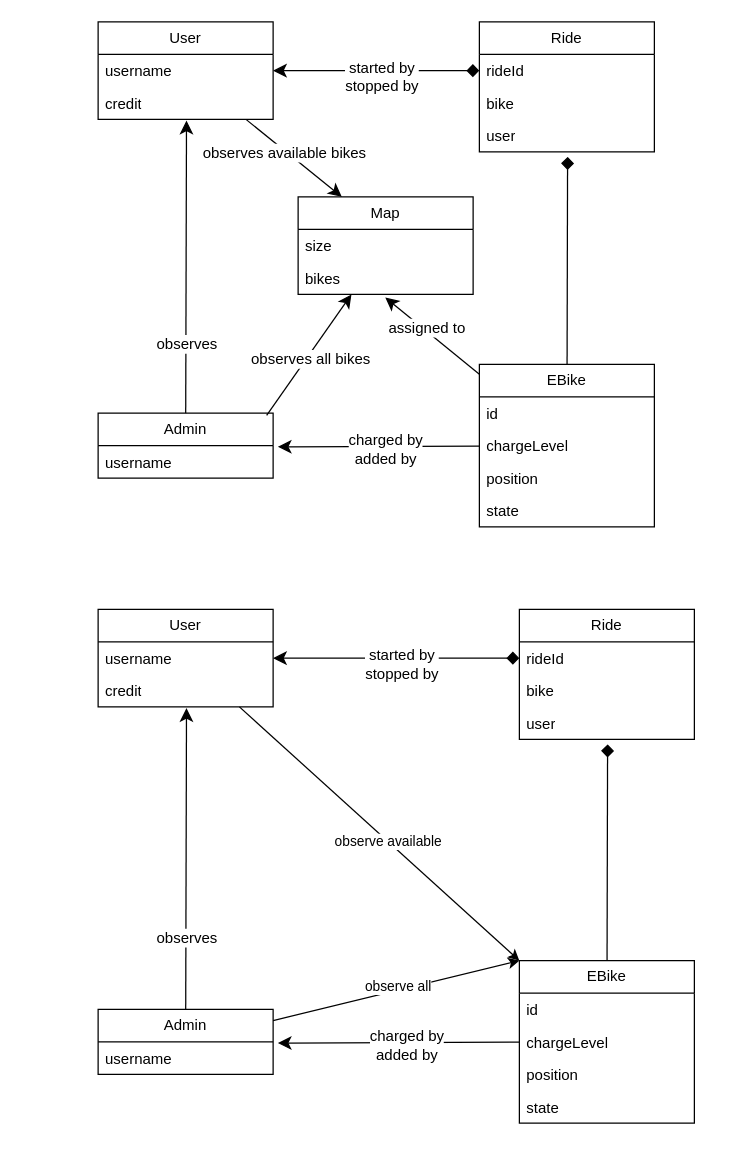
stormtroober/microservices-ebikes keeps this draw.io diagram as doc/Domain_Model.drawio. Above is the earlier version. Source tidied: cells renumbered, new cells numbered last; positions are measured from the earlier drawing's top-left corner, leaving out a move shared by most shapes. Both pictures are drawn from the tidied source at 125%, with x=0, y=0 at pixel (98, 21).
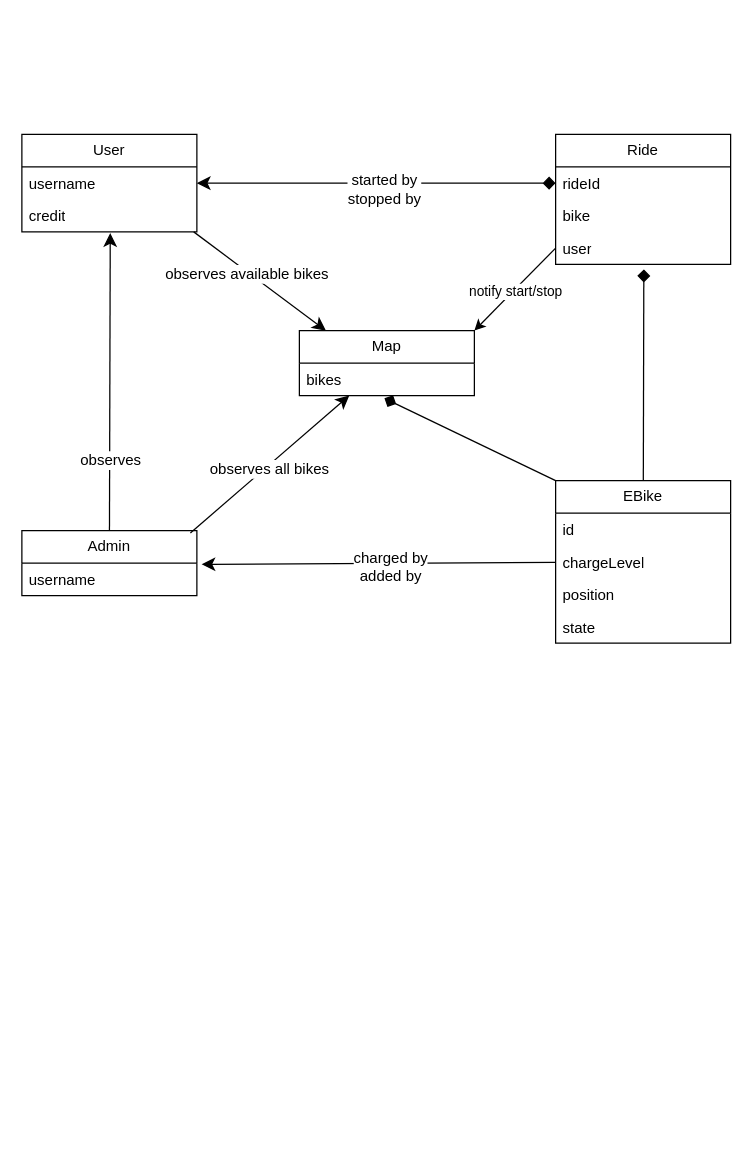
The same page after the edit.

The change refers to these unchanged cells:
```xml
<mxCell id="8" value="credit" style="text;strokeColor=none;fillColor=none;align=left;verticalAlign=top;spacingLeft=4;spacingRight=4;overflow=hidden;points=[[0,0.5],[1,0.5]];portConstraint=eastwest;whiteSpace=wrap;html=1;" parent="6" vertex="1">
  <mxGeometry y="52" width="140" height="26" as="geometry" />
</mxCell>
<mxCell id="19" value="user&lt;div&gt;&lt;br&gt;&lt;/div&gt;" style="text;strokeColor=none;fillColor=none;align=left;verticalAlign=top;spacingLeft=4;spacingRight=4;overflow=hidden;points=[[0,0.5],[1,0.5]];portConstraint=eastwest;whiteSpace=wrap;html=1;" parent="16" vertex="1">
  <mxGeometry y="78" width="140" height="26" as="geometry" />
</mxCell>
```

Diff of the diagram source:
```diff
@@
-    <mxCell id="4" style="edgeStyle=none;curved=1;rounded=0;jettySize=auto;html=1;entryX=0.25;entryY=0;entryDx=0;entryDy=0;fontSize=12;startSize=8;endSize=8;" parent="1" edge="1" source="6" target="20">
-      <mxGeometry relative="1" as="geometry" />
+    <mxCell id="4" style="edgeStyle=none;curved=1;rounded=0;jettySize=auto;html=1;entryX=0.25;entryY=0;entryDx=0;entryDy=0;fontSize=12;startSize=8;endSize=8;exitX=0.982;exitY=1;exitDx=0;exitDy=0;exitPerimeter=0;" parent="1" edge="1" source="8">
+      <mxGeometry relative="1" as="geometry">
+        <mxPoint x="182.2" y="247" as="targetPoint" />
+      </mxGeometry>
     </mxCell>
@@
     <mxCell id="6" value="User" style="swimlane;fontStyle=0;horizontal=1;startSize=26;fillColor=none;whiteSpace=wrap;html=1;" parent="1" vertex="1">
-      <mxGeometry width="140" height="78" as="geometry" />
+      <mxGeometry x="-61" y="90" width="140" height="78" as="geometry" />
     </mxCell>
@@
     <mxCell id="9" value="Admin" style="swimlane;fontStyle=0;horizontal=1;startSize=26;fillColor=none;whiteSpace=wrap;html=1;" parent="1" vertex="1">
-      <mxGeometry y="313" width="140" height="52" as="geometry" />
+      <mxGeometry x="-61" y="407" width="140" height="52" as="geometry" />
     </mxCell>
@@
     <mxCell id="11" value="EBike" style="swimlane;fontStyle=0;horizontal=1;startSize=26;fillColor=none;whiteSpace=wrap;html=1;" parent="1" vertex="1">
-      <mxGeometry x="305" y="274" width="140" height="130" as="geometry" />
+      <mxGeometry x="366" y="367" width="140" height="130" as="geometry" />
     </mxCell>
@@
     <mxCell id="16" value="Ride" style="swimlane;fontStyle=0;horizontal=1;startSize=26;fillColor=none;whiteSpace=wrap;html=1;" parent="1" vertex="1">
-      <mxGeometry x="305" width="140" height="104" as="geometry" />
+      <mxGeometry x="366" y="90" width="140" height="104" as="geometry" />
     </mxCell>
@@
     <mxCell id="20" value="Map" style="swimlane;fontStyle=0;horizontal=1;startSize=26;fillColor=none;whiteSpace=wrap;html=1;" parent="1" vertex="1">
-      <mxGeometry x="160" y="140" width="140" height="78" as="geometry" />
+      <mxGeometry x="161" y="247" width="140" height="52" as="geometry" />
     </mxCell>
-    <mxCell id="21" value="size" style="text;strokeColor=none;fillColor=none;align=left;verticalAlign=top;spacingLeft=4;spacingRight=4;overflow=hidden;whiteSpace=wrap;html=1;" parent="20" vertex="1">
-      <mxGeometry y="26" width="140" height="26" as="geometry" />
-    </mxCell>
     <mxCell id="22" value="bikes" style="text;strokeColor=none;fillColor=none;align=left;verticalAlign=top;spacingLeft=4;spacingRight=4;overflow=hidden;points=[[0,0.5],[1,0.5]];portConstraint=eastwest;whiteSpace=wrap;html=1;" parent="20" vertex="1">
-      <mxGeometry y="52" width="140" height="26" as="geometry" />
+      <mxGeometry y="26" width="140" height="26" as="geometry" />
     </mxCell>
@@
-    <mxCell id="26" style="edgeStyle=none;curved=1;rounded=0;jettySize=auto;html=1;entryX=0.498;entryY=1.096;entryDx=0;entryDy=0;entryPerimeter=0;fontSize=12;startSize=8;endSize=8;" parent="1" edge="1" source="11" target="22">
-      <mxGeometry relative="1" as="geometry" />
+    <mxCell id="26" style="edgeStyle=none;curved=1;rounded=0;jettySize=auto;html=1;entryX=0.486;entryY=1.083;entryDx=0;entryDy=0;entryPerimeter=0;fontSize=12;startSize=8;endSize=8;startArrow=none;startFill=0;endArrow=diamond;endFill=1;exitX=-0.038;exitY=-0.012;exitDx=0;exitDy=0;exitPerimeter=0;" parent="1" edge="1" target="22">
+      <mxGeometry relative="1" as="geometry">
+        <mxPoint x="366" y="367" as="sourcePoint" />
+      </mxGeometry>
     </mxCell>
-    <mxCell id="27" value="assigned to" style="edgeLabel;html=1;align=center;verticalAlign=middle;fontSize=12;" parent="26" vertex="1">
-      <mxGeometry x="0.16" y="-2" relative="1" as="geometry" />
-    </mxCell>
@@
-    <mxCell id="32" style="edgeStyle=none;curved=1;rounded=0;jettySize=auto;html=1;entryX=0;entryY=0.5;entryDx=0;entryDy=0;fontSize=12;startSize=8;endSize=8;endArrow=diamond;endFill=1;startArrow=classic;startFill=1;" parent="1" edge="1" source="36" target="49">
-      <mxGeometry relative="1" as="geometry" />
-    </mxCell>
-    <mxCell id="33" value="started by&lt;div&gt;stopped by&lt;/div&gt;" style="edgeLabel;html=1;align=center;verticalAlign=middle;fontSize=12;" parent="32" vertex="1">
-      <mxGeometry x="0.04" y="-4" relative="1" as="geometry" />
-    </mxCell>
-    <mxCell id="34" style="rounded=0;jettySize=auto;html=1;entryX=0;entryY=0;entryDx=0;entryDy=0;" parent="1" edge="1" source="36" target="43">
-      <mxGeometry relative="1" as="geometry" />
-    </mxCell>
-    <mxCell id="35" value="observe available" style="edgeLabel;html=1;align=center;verticalAlign=middle;" parent="34" vertex="1">
-      <mxGeometry x="0.06" relative="1" as="geometry" />
-    </mxCell>
-    <mxCell id="36" value="User" style="swimlane;fontStyle=0;horizontal=1;startSize=26;fillColor=none;whiteSpace=wrap;html=1;" parent="1" vertex="1">
-      <mxGeometry y="470" width="140" height="78" as="geometry" />
-    </mxCell>
-    <mxCell id="37" value="username" style="text;strokeColor=none;fillColor=none;align=left;verticalAlign=top;spacingLeft=4;spacingRight=4;overflow=hidden;whiteSpace=wrap;html=1;" parent="36" vertex="1">
-      <mxGeometry y="26" width="140" height="26" as="geometry" />
-    </mxCell>
-    <mxCell id="38" value="credit" style="text;strokeColor=none;fillColor=none;align=left;verticalAlign=top;spacingLeft=4;spacingRight=4;overflow=hidden;points=[[0,0.5],[1,0.5]];portConstraint=eastwest;whiteSpace=wrap;html=1;" parent="36" vertex="1">
-      <mxGeometry y="52" width="140" height="26" as="geometry" />
-    </mxCell>
-    <mxCell id="39" style="rounded=0;jettySize=auto;html=1;entryX=0;entryY=0;entryDx=0;entryDy=0;" parent="1" edge="1" source="41" target="43">
-      <mxGeometry relative="1" as="geometry" />
-    </mxCell>
-    <mxCell id="40" value="observe all" style="edgeLabel;html=1;align=center;verticalAlign=middle;" parent="39" vertex="1">
-      <mxGeometry x="0.02" y="4" relative="1" as="geometry">
-        <mxPoint y="1" as="offset" />
-      </mxGeometry>
-    </mxCell>
-    <mxCell id="41" value="Admin" style="swimlane;fontStyle=0;horizontal=1;startSize=26;fillColor=none;whiteSpace=wrap;html=1;" parent="1" vertex="1">
-      <mxGeometry y="790" width="140" height="52" as="geometry" />
-    </mxCell>
-    <mxCell id="42" value="username" style="text;strokeColor=none;fillColor=none;align=left;verticalAlign=top;spacingLeft=4;spacingRight=4;overflow=hidden;points=[[0,0.5],[1,0.5]];portConstraint=eastwest;whiteSpace=wrap;html=1;" parent="41" vertex="1">
-      <mxGeometry y="26" width="140" height="26" as="geometry" />
-    </mxCell>
-    <mxCell id="43" value="EBike" style="swimlane;fontStyle=0;horizontal=1;startSize=26;fillColor=none;whiteSpace=wrap;html=1;" parent="1" vertex="1">
-      <mxGeometry x="337" y="751" width="140" height="130" as="geometry" />
-    </mxCell>
-    <mxCell id="44" value="id" style="text;strokeColor=none;fillColor=none;align=left;verticalAlign=top;spacingLeft=4;spacingRight=4;overflow=hidden;whiteSpace=wrap;html=1;" parent="43" vertex="1">
-      <mxGeometry y="26" width="140" height="26" as="geometry" />
-    </mxCell>
-    <mxCell id="45" value="chargeLevel" style="text;strokeColor=none;fillColor=none;align=left;verticalAlign=top;spacingLeft=4;spacingRight=4;overflow=hidden;points=[[0,0.5],[1,0.5]];portConstraint=eastwest;whiteSpace=wrap;html=1;" parent="43" vertex="1">
-      <mxGeometry y="52" width="140" height="26" as="geometry" />
-    </mxCell>
-    <mxCell id="46" value="position" style="text;strokeColor=none;fillColor=none;align=left;verticalAlign=top;spacingLeft=4;spacingRight=4;overflow=hidden;whiteSpace=wrap;html=1;" parent="43" vertex="1">
-      <mxGeometry y="78" width="140" height="26" as="geometry" />
-    </mxCell>
-    <mxCell id="47" value="state" style="text;strokeColor=none;fillColor=none;align=left;verticalAlign=top;spacingLeft=4;spacingRight=4;overflow=hidden;whiteSpace=wrap;html=1;" parent="43" vertex="1">
-      <mxGeometry y="104" width="140" height="26" as="geometry" />
-    </mxCell>
-    <mxCell id="48" value="Ride" style="swimlane;fontStyle=0;horizontal=1;startSize=26;fillColor=none;whiteSpace=wrap;html=1;" parent="1" vertex="1">
-      <mxGeometry x="337" y="470" width="140" height="104" as="geometry" />
-    </mxCell>
-    <mxCell id="49" value="&lt;div&gt;rideId&lt;/div&gt;" style="text;strokeColor=none;fillColor=none;align=left;verticalAlign=top;spacingLeft=4;spacingRight=4;overflow=hidden;points=[[0,0.5],[1,0.5]];portConstraint=eastwest;whiteSpace=wrap;html=1;" parent="48" vertex="1">
-      <mxGeometry y="26" width="140" height="26" as="geometry" />
-    </mxCell>
-    <mxCell id="50" value="bike" style="text;strokeColor=none;fillColor=none;align=left;verticalAlign=top;spacingLeft=4;spacingRight=4;overflow=hidden;whiteSpace=wrap;html=1;" parent="48" vertex="1">
-      <mxGeometry y="52" width="140" height="26" as="geometry" />
-    </mxCell>
-    <mxCell id="51" value="user&lt;div&gt;&lt;br&gt;&lt;/div&gt;" style="text;strokeColor=none;fillColor=none;align=left;verticalAlign=top;spacingLeft=4;spacingRight=4;overflow=hidden;points=[[0,0.5],[1,0.5]];portConstraint=eastwest;whiteSpace=wrap;html=1;" parent="48" vertex="1">
-      <mxGeometry y="78" width="140" height="26" as="geometry" />
-    </mxCell>
-    <mxCell id="52" style="edgeStyle=none;curved=1;rounded=0;jettySize=auto;html=1;entryX=0.504;entryY=1.154;entryDx=0;entryDy=0;entryPerimeter=0;fontSize=12;startSize=8;endSize=8;endArrow=diamond;endFill=1;startArrow=none;startFill=0;" parent="1" edge="1" source="43" target="51">
-      <mxGeometry relative="1" as="geometry" />
-    </mxCell>
-    <mxCell id="53" style="edgeStyle=none;curved=1;rounded=0;jettySize=auto;html=1;entryX=1.027;entryY=0.038;entryDx=0;entryDy=0;entryPerimeter=0;fontSize=12;startSize=8;endSize=8;" parent="1" edge="1" source="45" target="42">
-      <mxGeometry relative="1" as="geometry" />
-    </mxCell>
-    <mxCell id="54" value="charged by&lt;div&gt;added by&lt;/div&gt;" style="edgeLabel;html=1;align=center;verticalAlign=middle;fontSize=12;" parent="53" vertex="1">
-      <mxGeometry x="-0.06" y="2" relative="1" as="geometry" />
-    </mxCell>
-    <mxCell id="55" style="edgeStyle=none;curved=1;rounded=0;jettySize=auto;html=1;entryX=0.505;entryY=1.038;entryDx=0;entryDy=0;entryPerimeter=0;fontSize=12;startSize=8;endSize=8;" parent="1" edge="1" source="41" target="38">
-      <mxGeometry relative="1" as="geometry" />
-    </mxCell>
-    <mxCell id="56" value="observes" style="edgeLabel;html=1;align=center;verticalAlign=middle;fontSize=12;" parent="55" vertex="1">
-      <mxGeometry x="-0.52" relative="1" as="geometry" />
-    </mxCell>
+    <mxCell id="57" style="rounded=0;jettySize=auto;html=1;exitX=0;exitY=0.5;exitDx=0;exitDy=0;entryX=1;entryY=0;entryDx=0;entryDy=0;" parent="1" edge="1" source="19" target="20">
+      <mxGeometry relative="1" as="geometry" />
+    </mxCell>
+    <mxCell id="58" value="notify start/stop" style="edgeLabel;html=1;align=center;verticalAlign=middle;" parent="57" vertex="1">
+      <mxGeometry x="0.01" y="1" relative="1" as="geometry" />
+    </mxCell>
```
